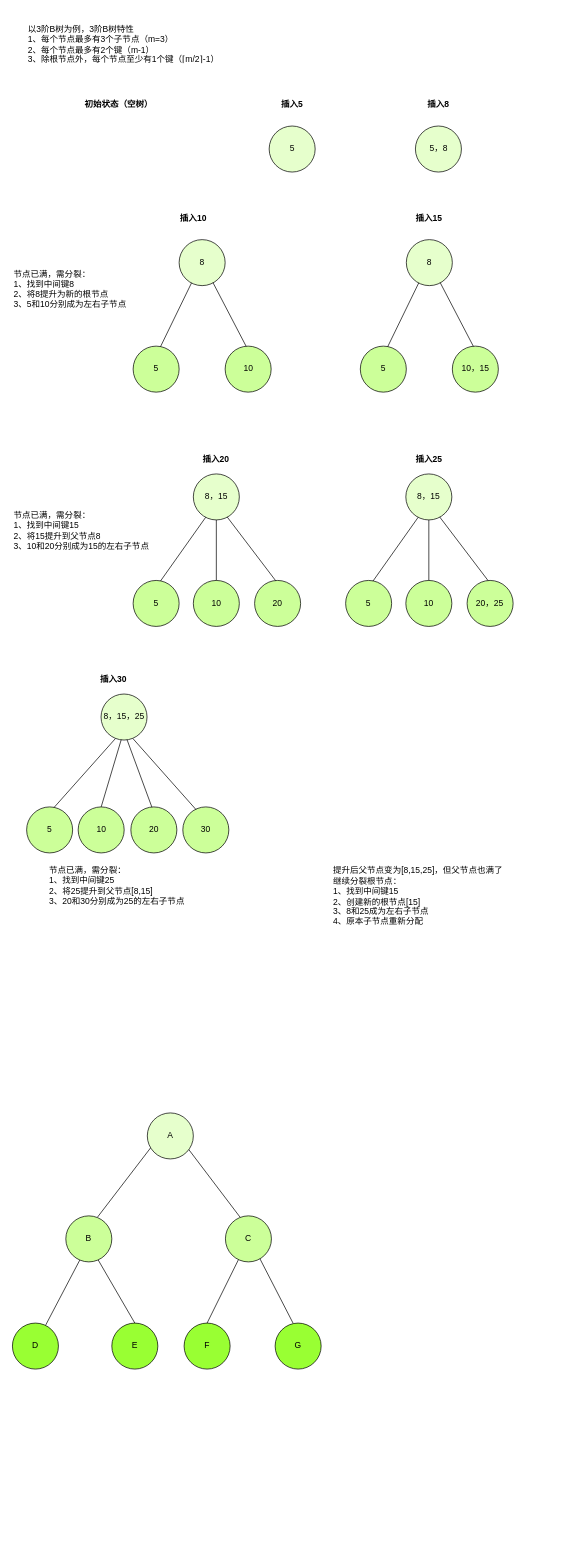
abigalexy/online_drawing keeps this draw.io diagram as algorithm_diagram/B树插入.drawio. Above is the earlier version. Source tidied: cells renumbered, new cells numbered last; positions are measured from the earlier drawing's top-left corner, leaving out a move shared by most shapes. Both pictures are drawn from the tidied source at 71%, with x=0, y=0 at pixel (12, 19).
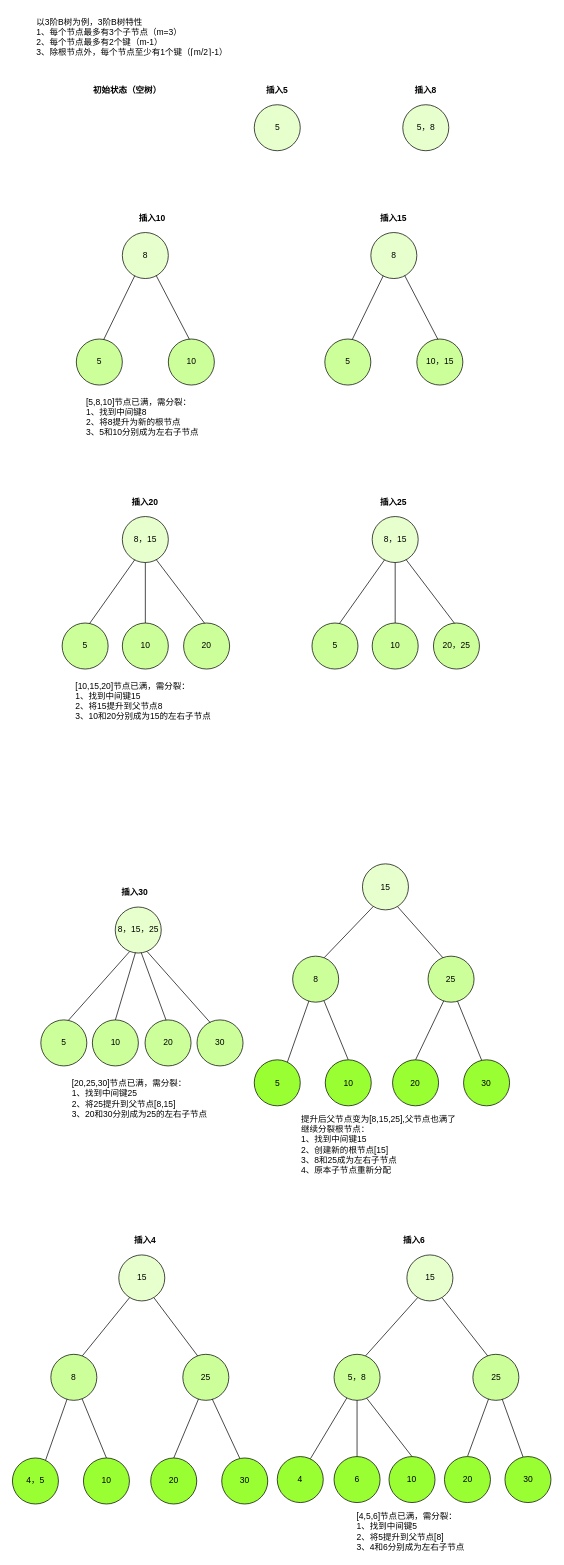
The same diagram, later.

Commit message:
更新B树插入.drawio

The edit, as a diff of the source:
```diff
@@
     <mxCell id="2" value="&lt;div&gt;以3阶B树为例，3阶B树特性&lt;/div&gt;&lt;div&gt;1、每个节点最多有3个子节点（m=3）&lt;/div&gt;&lt;div&gt;2、每个节点最多有2个键（m-1）&lt;/div&gt;&lt;div&gt;3、除根节点外，每个节点至少有1个键（⌈m/2⌉-1）&lt;/div&gt;" style="text;strokeColor=none;align=left;fillColor=none;html=1;verticalAlign=middle;whiteSpace=wrap;rounded=0;" parent="1" vertex="1">
-      <mxGeometry x="20" width="280" height="70" as="geometry" />
+      <mxGeometry x="32.2" y="-10" width="280" height="70" as="geometry" />
     </mxCell>
-    <mxCell id="3" style="group;" parent="1" vertex="1">
-      <mxGeometry y="1540" width="434.8" height="360.8" as="geometry" />
-    </mxCell>
-    <mxCell id="4" style="endArrow=none;html=1;rounded=0;entryX=0.075;entryY=0.755;entryDx=0;entryDy=0;entryPerimeter=0;exitX=0.684;exitY=0.034;exitDx=0;exitDy=0;exitPerimeter=0;" parent="3" edge="1" source="11" target="10">
-      <mxGeometry relative="1" as="geometry" />
-    </mxCell>
-    <mxCell id="5" style="endArrow=none;html=1;rounded=0;entryX=0.891;entryY=0.783;entryDx=0;entryDy=0;entryPerimeter=0;exitX=0.324;exitY=0.036;exitDx=0;exitDy=0;exitPerimeter=0;" parent="3" edge="1" source="12" target="10">
-      <mxGeometry relative="1" as="geometry" />
-    </mxCell>
-    <mxCell id="6" style="endArrow=none;html=1;rounded=0;entryX=0.304;entryY=0.96;entryDx=0;entryDy=0;entryPerimeter=0;exitX=0.721;exitY=0.047;exitDx=0;exitDy=0;exitPerimeter=0;" parent="3" edge="1" source="13" target="11">
-      <mxGeometry relative="1" as="geometry" />
-    </mxCell>
-    <mxCell id="7" style="endArrow=none;html=1;rounded=0;entryX=0.286;entryY=0.946;entryDx=0;entryDy=0;entryPerimeter=0;exitX=0.5;exitY=0;exitDx=0;exitDy=0;" parent="3" edge="1" source="15" target="12">
-      <mxGeometry relative="1" as="geometry" />
-    </mxCell>
-    <mxCell id="8" style="endArrow=none;html=1;rounded=0;entryX=0.743;entryY=0.918;entryDx=0;entryDy=0;entryPerimeter=0;exitX=0.394;exitY=0.01;exitDx=0;exitDy=0;exitPerimeter=0;" parent="3" edge="1" source="16" target="12">
-      <mxGeometry relative="1" as="geometry" />
-    </mxCell>
-    <mxCell id="9" style="endArrow=none;html=1;rounded=0;entryX=0.7;entryY=0.952;entryDx=0;entryDy=0;entryPerimeter=0;exitX=0.5;exitY=0;exitDx=0;exitDy=0;" parent="3" edge="1" source="14" target="11">
-      <mxGeometry relative="1" as="geometry" />
-    </mxCell>
-    <mxCell id="10" value="A" style="ellipse;whiteSpace=wrap;html=1;fillColor=#E6FFCC;" parent="3" vertex="1">
-      <mxGeometry x="190" width="64.8" height="64.8" as="geometry" />
-    </mxCell>
-    <mxCell id="11" value="B" style="ellipse;whiteSpace=wrap;html=1;fillColor=#CCFF99;" parent="3" vertex="1">
-      <mxGeometry x="75.2" y="145" width="64.8" height="64.8" as="geometry" />
-    </mxCell>
-    <mxCell id="12" value="C" style="ellipse;whiteSpace=wrap;html=1;fillColor=#CCFF99;" parent="3" vertex="1">
-      <mxGeometry x="300" y="145" width="64.8" height="64.8" as="geometry" />
-    </mxCell>
-    <mxCell id="13" value="D" style="ellipse;whiteSpace=wrap;html=1;fillColor=#99FF33;" parent="3" vertex="1">
-      <mxGeometry y="296" width="64.8" height="64.8" as="geometry" />
-    </mxCell>
-    <mxCell id="14" value="E" style="ellipse;whiteSpace=wrap;html=1;fillColor=#99FF33;" parent="3" vertex="1">
-      <mxGeometry x="140" y="296" width="64.8" height="64.8" as="geometry" />
-    </mxCell>
-    <mxCell id="15" value="F" style="ellipse;whiteSpace=wrap;html=1;fillColor=#99FF33;" parent="3" vertex="1">
-      <mxGeometry x="241.8" y="296" width="64.8" height="64.8" as="geometry" />
-    </mxCell>
-    <mxCell id="16" value="G" style="ellipse;whiteSpace=wrap;html=1;fillColor=#99FF33;" parent="3" vertex="1">
-      <mxGeometry x="370" y="296" width="64.8" height="64.8" as="geometry" />
-    </mxCell>
     <mxCell id="17" value="5" style="ellipse;whiteSpace=wrap;html=1;fillColor=#E6FFCC;" parent="1" vertex="1">
-      <mxGeometry x="361.6" y="150" width="64.8" height="64.8" as="geometry" />
+      <mxGeometry x="340.6" y="120" width="64.8" height="64.8" as="geometry" />
     </mxCell>
     <mxCell id="18" value="&lt;b&gt;初始状态（空树）&lt;/b&gt;" style="text;strokeColor=none;align=center;fillColor=none;html=1;verticalAlign=middle;whiteSpace=wrap;rounded=0;" parent="1" vertex="1">
-      <mxGeometry x="100" y="110" width="100" height="20" as="geometry" />
+      <mxGeometry x="112.4" y="90" width="100" height="20" as="geometry" />
     </mxCell>
     <mxCell id="19" value="&lt;b&gt;插入5&lt;/b&gt;" style="text;strokeColor=none;align=center;fillColor=none;html=1;verticalAlign=middle;whiteSpace=wrap;rounded=0;" parent="1" vertex="1">
-      <mxGeometry x="374" y="110" width="40" height="20" as="geometry" />
+      <mxGeometry x="353" y="90" width="40" height="20" as="geometry" />
     </mxCell>
     <mxCell id="20" value="&lt;b&gt;插入8&lt;/b&gt;" style="text;strokeColor=none;align=center;fillColor=none;html=1;verticalAlign=middle;whiteSpace=wrap;rounded=0;" parent="1" vertex="1">
-      <mxGeometry x="580" y="110" width="40" height="20" as="geometry" />
+      <mxGeometry x="562.2" y="90" width="40" height="20" as="geometry" />
     </mxCell>
     <mxCell id="21" value="5，8" style="ellipse;whiteSpace=wrap;html=1;fillColor=#E6FFCC;" parent="1" vertex="1">
-      <mxGeometry x="567.6" y="150" width="64.8" height="64.8" as="geometry" />
+      <mxGeometry x="549.8" y="120" width="64.8" height="64.8" as="geometry" />
     </mxCell>
     <mxCell id="22" value="&lt;b&gt;插入10&lt;/b&gt;" style="text;strokeColor=none;align=center;fillColor=none;html=1;verticalAlign=middle;whiteSpace=wrap;rounded=0;" parent="1" vertex="1">
-      <mxGeometry x="230" y="270" width="50" height="20" as="geometry" />
+      <mxGeometry x="172.2" y="270" width="50" height="20" as="geometry" />
     </mxCell>
     <mxCell id="23" style="group;" parent="1" vertex="1">
-      <mxGeometry x="170" y="310" width="194.5" height="214.8" as="geometry" />
+      <mxGeometry x="90" y="300" width="194.5" height="214.8" as="geometry" />
     </mxCell>
@@
-    <mxCell id="29" value="&lt;div&gt;节点已满，需分裂&lt;span style=&quot;background-color: transparent;&quot;&gt;：&lt;/span&gt;&lt;/div&gt;&lt;div&gt;1、找到中间键8&lt;/div&gt;&lt;div&gt;2、将8提升为新的根节点&lt;/div&gt;&lt;div&gt;3、5和10分别成为左右子节点&lt;/div&gt;" style="text;strokeColor=none;align=left;fillColor=none;html=1;verticalAlign=middle;whiteSpace=wrap;rounded=0;" parent="1" vertex="1">
-      <mxGeometry y="350" width="170" height="60" as="geometry" />
+    <mxCell id="29" value="&lt;div&gt;[5,8,10]节点已满，需分裂&lt;span style=&quot;background-color: transparent;&quot;&gt;：&lt;/span&gt;&lt;/div&gt;&lt;div&gt;1、找到中间键8&lt;/div&gt;&lt;div&gt;2、将8提升为新的根节点&lt;/div&gt;&lt;div&gt;3、5和10分别成为左右子节点&lt;/div&gt;" style="text;strokeColor=none;align=left;fillColor=none;html=1;verticalAlign=middle;whiteSpace=wrap;rounded=0;" parent="1" vertex="1">
+      <mxGeometry x="102.2" y="530" width="170" height="60" as="geometry" />
     </mxCell>
     <mxCell id="30" value="&lt;b&gt;插入15&lt;/b&gt;" style="text;strokeColor=none;align=center;fillColor=none;html=1;verticalAlign=middle;whiteSpace=wrap;rounded=0;" parent="1" vertex="1">
-      <mxGeometry x="562.2" y="270" width="50" height="20" as="geometry" />
+      <mxGeometry x="512.2" y="270" width="50" height="20" as="geometry" />
     </mxCell>
     <mxCell id="31" style="group;" parent="1" vertex="1">
-      <mxGeometry x="490" y="310" width="194.5" height="214.8" as="geometry" />
+      <mxGeometry x="440" y="300" width="194.5" height="214.8" as="geometry" />
     </mxCell>
@@
     <mxCell id="37" value="&lt;b&gt;插入20&lt;/b&gt;" style="text;strokeColor=none;align=center;fillColor=none;html=1;verticalAlign=middle;whiteSpace=wrap;rounded=0;" parent="1" vertex="1">
-      <mxGeometry x="262.2" y="610" width="50" height="20" as="geometry" />
+      <mxGeometry x="162.2" y="670" width="50" height="20" as="geometry" />
     </mxCell>
-    <mxCell id="38" value="&lt;div&gt;节点已满，需分裂：&lt;/div&gt;&lt;div&gt;1、找到中间键15&lt;/div&gt;&lt;div&gt;2、将15提升到父节点8&lt;/div&gt;&lt;div&gt;3、10和20分别成为15的左右子节点&lt;/div&gt;" style="text;strokeColor=none;align=left;fillColor=none;html=1;verticalAlign=middle;whiteSpace=wrap;rounded=0;" parent="1" vertex="1">
-      <mxGeometry y="690" width="200" height="60" as="geometry" />
+    <mxCell id="38" value="&lt;div&gt;[10,15,20]节点已满，需分裂：&lt;/div&gt;&lt;div&gt;1、找到中间键15&lt;/div&gt;&lt;div&gt;2、将15提升到父节点8&lt;/div&gt;&lt;div&gt;3、10和20分别成为15的左右子节点&lt;/div&gt;" style="text;strokeColor=none;align=left;fillColor=none;html=1;verticalAlign=middle;whiteSpace=wrap;rounded=0;" parent="1" vertex="1">
+      <mxGeometry x="87.2" y="930" width="200" height="60" as="geometry" />
     </mxCell>
     <mxCell id="39" style="group;" parent="1" vertex="1">
-      <mxGeometry x="170" y="640" width="235.9" height="214.8" as="geometry" />
+      <mxGeometry x="70" y="700" width="235.9" height="214.8" as="geometry" />
     </mxCell>
@@
     <mxCell id="47" value="&lt;b&gt;插入25&lt;/b&gt;" style="text;strokeColor=none;align=center;fillColor=none;html=1;verticalAlign=middle;whiteSpace=wrap;rounded=0;" parent="1" vertex="1">
-      <mxGeometry x="562.2" y="610" width="50" height="20" as="geometry" />
+      <mxGeometry x="512.2" y="670" width="50" height="20" as="geometry" />
     </mxCell>
     <mxCell id="48" style="group;" parent="1" vertex="1">
-      <mxGeometry x="469.3" y="640" width="235.9" height="214.8" as="geometry" />
+      <mxGeometry x="421.9" y="700" width="235.9" height="214.8" as="geometry" />
     </mxCell>
@@
     <mxCell id="56" value="&lt;b&gt;插入30&lt;/b&gt;" style="text;strokeColor=none;align=center;fillColor=none;html=1;verticalAlign=middle;whiteSpace=wrap;rounded=0;" parent="1" vertex="1">
-      <mxGeometry x="120" y="920" width="45.2" height="20" as="geometry" />
+      <mxGeometry x="149.6" y="1220" width="45.2" height="20" as="geometry" />
     </mxCell>
-    <mxCell id="57" value="&lt;div&gt;节点已满，需分裂：&lt;/div&gt;&lt;div&gt;1、找到中间键25&lt;/div&gt;&lt;div&gt;2、将25提升到父节点[8,15]&lt;/div&gt;&lt;div&gt;3、20和30分别成为25的左右子节点&lt;/div&gt;" style="text;strokeColor=none;align=left;fillColor=none;html=1;verticalAlign=middle;whiteSpace=wrap;rounded=0;" parent="1" vertex="1">
-      <mxGeometry x="50" y="1190" width="200" height="60" as="geometry" />
+    <mxCell id="57" value="&lt;div&gt;[20,25,30]节点已满，需分裂：&lt;/div&gt;&lt;div&gt;1、找到中间键25&lt;/div&gt;&lt;div&gt;2、将25提升到父节点[8,15]&lt;/div&gt;&lt;div&gt;3、20和30分别成为25的左右子节点&lt;/div&gt;" style="text;strokeColor=none;align=left;fillColor=none;html=1;verticalAlign=middle;whiteSpace=wrap;rounded=0;" parent="1" vertex="1">
+      <mxGeometry x="82.4" y="1490" width="200" height="60" as="geometry" />
     </mxCell>
     <mxCell id="58" style="group;" parent="1" vertex="1">
-      <mxGeometry x="20" y="950" width="284.8" height="223.8" as="geometry" />
+      <mxGeometry x="40" y="1250" width="284.8" height="223.8" as="geometry" />
     </mxCell>
@@
-    <mxCell id="68" value="&lt;div&gt;提升后父节点变为[8,15,25]，但父节点也满了&lt;/div&gt;&lt;div&gt;继续分裂根节点：&lt;/div&gt;&lt;div&gt;1、找到中间键15&lt;/div&gt;&lt;div&gt;2、创建新的根节点[15]&lt;/div&gt;&lt;div&gt;3、8和25成为左右子节点&lt;/div&gt;&lt;div&gt;4、原本子节点重新分配&lt;/div&gt;" style="text;strokeColor=none;align=left;fillColor=none;html=1;verticalAlign=middle;whiteSpace=wrap;rounded=0;" parent="1" vertex="1">
-      <mxGeometry x="450" y="1190" width="247.8" height="90" as="geometry" />
+    <mxCell id="68" value="&lt;div&gt;提升后父节点变为[8,15,25],父节点也满了&lt;/div&gt;&lt;div&gt;继续分裂根节点：&lt;/div&gt;&lt;div&gt;1、找到中间键15&lt;/div&gt;&lt;div&gt;2、创建新的根节点[15]&lt;/div&gt;&lt;div&gt;3、8和25成为左右子节点&lt;/div&gt;&lt;div&gt;4、原本子节点重新分配&lt;/div&gt;" style="text;strokeColor=none;align=left;fillColor=none;html=1;verticalAlign=middle;whiteSpace=wrap;rounded=0;" parent="1" vertex="1">
+      <mxGeometry x="405.4" y="1540" width="238.5" height="90" as="geometry" />
     </mxCell>
+    <mxCell id="69" style="group;" parent="1" vertex="1">
+      <mxGeometry x="340.6" y="1189.2" width="359.6" height="340.8" as="geometry" />
+    </mxCell>
+    <mxCell id="70" style="endArrow=none;html=1;rounded=0;entryX=0.239;entryY=0.923;entryDx=0;entryDy=0;entryPerimeter=0;exitX=0.684;exitY=0.034;exitDx=0;exitDy=0;exitPerimeter=0;" parent="69" edge="1" source="77" target="76">
+      <mxGeometry relative="1" as="geometry" />
+    </mxCell>
+    <mxCell id="71" style="endArrow=none;html=1;rounded=0;entryX=0.763;entryY=0.93;entryDx=0;entryDy=0;entryPerimeter=0;exitX=0.324;exitY=0.036;exitDx=0;exitDy=0;exitPerimeter=0;" parent="69" edge="1" source="78" target="76">
+      <mxGeometry relative="1" as="geometry" />
+    </mxCell>
+    <mxCell id="72" style="endArrow=none;html=1;rounded=0;entryX=0.354;entryY=0.972;entryDx=0;entryDy=0;entryPerimeter=0;exitX=0.721;exitY=0.047;exitDx=0;exitDy=0;exitPerimeter=0;" parent="69" edge="1" source="79" target="77">
+      <mxGeometry relative="1" as="geometry" />
+    </mxCell>
+    <mxCell id="73" style="endArrow=none;html=1;rounded=0;entryX=0.342;entryY=0.969;entryDx=0;entryDy=0;entryPerimeter=0;exitX=0.5;exitY=0;exitDx=0;exitDy=0;" parent="69" edge="1" source="81" target="78">
+      <mxGeometry relative="1" as="geometry" />
+    </mxCell>
+    <mxCell id="74" style="endArrow=none;html=1;rounded=0;entryX=0.628;entryY=0.948;entryDx=0;entryDy=0;entryPerimeter=0;exitX=0.394;exitY=0.01;exitDx=0;exitDy=0;exitPerimeter=0;" parent="69" edge="1" source="82" target="78">
+      <mxGeometry relative="1" as="geometry" />
+    </mxCell>
+    <mxCell id="75" style="endArrow=none;html=1;rounded=0;entryX=0.672;entryY=0.95;entryDx=0;entryDy=0;entryPerimeter=0;exitX=0.5;exitY=0;exitDx=0;exitDy=0;" parent="69" edge="1" source="80" target="77">
+      <mxGeometry relative="1" as="geometry" />
+    </mxCell>
+    <mxCell id="76" value="15" style="ellipse;whiteSpace=wrap;html=1;fillColor=#E6FFCC;" parent="69" vertex="1">
+      <mxGeometry x="152.4" width="64.8" height="64.8" as="geometry" />
+    </mxCell>
+    <mxCell id="77" value="8" style="ellipse;whiteSpace=wrap;html=1;fillColor=#CCFF99;" parent="69" vertex="1">
+      <mxGeometry x="54.1" y="130" width="64.8" height="64.8" as="geometry" />
+    </mxCell>
+    <mxCell id="78" value="25" style="ellipse;whiteSpace=wrap;html=1;fillColor=#CCFF99;" parent="69" vertex="1">
+      <mxGeometry x="244.8" y="130" width="64.8" height="64.8" as="geometry" />
+    </mxCell>
+    <mxCell id="79" value="5" style="ellipse;whiteSpace=wrap;html=1;fillColor=#99FF33;" parent="69" vertex="1">
+      <mxGeometry y="276" width="64.8" height="64.8" as="geometry" />
+    </mxCell>
+    <mxCell id="80" value="10" style="ellipse;whiteSpace=wrap;html=1;fillColor=#99FF33;" parent="69" vertex="1">
+      <mxGeometry x="100" y="276" width="64.8" height="64.8" as="geometry" />
+    </mxCell>
+    <mxCell id="81" value="20" style="ellipse;whiteSpace=wrap;html=1;fillColor=#99FF33;" parent="69" vertex="1">
+      <mxGeometry x="194.8" y="276" width="64.8" height="64.8" as="geometry" />
+    </mxCell>
+    <mxCell id="82" value="30" style="ellipse;whiteSpace=wrap;html=1;fillColor=#99FF33;" parent="69" vertex="1">
+      <mxGeometry x="294.8" y="276" width="64.8" height="64.8" as="geometry" />
+    </mxCell>
+    <mxCell id="83" value="&lt;b&gt;插入4&lt;/b&gt;" style="text;strokeColor=none;align=center;fillColor=none;html=1;verticalAlign=middle;whiteSpace=wrap;rounded=0;" parent="1" vertex="1">
+      <mxGeometry x="168.3" y="1710" width="37.8" height="20" as="geometry" />
+    </mxCell>
+    <mxCell id="84" value="&lt;b&gt;插入6&lt;/b&gt;" style="text;strokeColor=none;align=center;fillColor=none;html=1;verticalAlign=middle;whiteSpace=wrap;rounded=0;" parent="1" vertex="1">
+      <mxGeometry x="545.8" y="1710" width="40" height="20" as="geometry" />
+    </mxCell>
+    <mxCell id="85" value="&lt;div&gt;[4,5,6]节点已满，需分裂：&lt;/div&gt;&lt;div&gt;1、找到中间键5&lt;/div&gt;&lt;div&gt;2、将5提升到父节点[8]&lt;/div&gt;&lt;div&gt;3、4和6分别成为左右子节点&lt;/div&gt;" style="text;strokeColor=none;align=left;fillColor=none;html=1;verticalAlign=middle;whiteSpace=wrap;rounded=0;" parent="1" vertex="1">
+      <mxGeometry x="483" y="2100" width="165.5" height="60" as="geometry" />
+    </mxCell>
+    <mxCell id="86" style="group;" parent="1" vertex="1">
+      <mxGeometry x="373" y="1740" width="385.5" height="348.8" as="geometry" />
+    </mxCell>
+    <mxCell id="87" style="endArrow=none;html=1;rounded=0;entryX=0.239;entryY=0.923;entryDx=0;entryDy=0;entryPerimeter=0;exitX=0.684;exitY=0.034;exitDx=0;exitDy=0;exitPerimeter=0;" parent="86" edge="1" source="94" target="93">
+      <mxGeometry relative="1" as="geometry" />
+    </mxCell>
+    <mxCell id="88" style="endArrow=none;html=1;rounded=0;entryX=0.763;entryY=0.93;entryDx=0;entryDy=0;entryPerimeter=0;exitX=0.324;exitY=0.036;exitDx=0;exitDy=0;exitPerimeter=0;" parent="86" edge="1" source="95" target="93">
+      <mxGeometry relative="1" as="geometry" />
+    </mxCell>
+    <mxCell id="89" style="endArrow=none;html=1;rounded=0;entryX=0.278;entryY=0.949;entryDx=0;entryDy=0;entryPerimeter=0;exitX=0.721;exitY=0.047;exitDx=0;exitDy=0;exitPerimeter=0;" parent="86" edge="1" source="96" target="94">
+      <mxGeometry relative="1" as="geometry" />
+    </mxCell>
+    <mxCell id="90" style="endArrow=none;html=1;rounded=0;entryX=0.342;entryY=0.969;entryDx=0;entryDy=0;entryPerimeter=0;exitX=0.5;exitY=0;exitDx=0;exitDy=0;" parent="86" edge="1" source="98" target="95">
+      <mxGeometry relative="1" as="geometry" />
+    </mxCell>
+    <mxCell id="91" style="endArrow=none;html=1;rounded=0;entryX=0.628;entryY=0.948;entryDx=0;entryDy=0;entryPerimeter=0;exitX=0.394;exitY=0.01;exitDx=0;exitDy=0;exitPerimeter=0;" parent="86" edge="1" source="99" target="95">
+      <mxGeometry relative="1" as="geometry" />
+    </mxCell>
+    <mxCell id="92" style="endArrow=none;html=1;rounded=0;entryX=0.708;entryY=0.953;entryDx=0;entryDy=0;entryPerimeter=0;exitX=0.5;exitY=0;exitDx=0;exitDy=0;" parent="86" edge="1" source="97" target="94">
+      <mxGeometry relative="1" as="geometry" />
+    </mxCell>
+    <mxCell id="93" value="15" style="ellipse;whiteSpace=wrap;html=1;fillColor=#E6FFCC;" parent="86" vertex="1">
+      <mxGeometry x="182.6" width="64.8" height="64.8" as="geometry" />
+    </mxCell>
+    <mxCell id="94" value="5，8" style="ellipse;whiteSpace=wrap;html=1;fillColor=#CCFF99;" parent="86" vertex="1">
+      <mxGeometry x="80" y="140" width="64.8" height="64.8" as="geometry" />
+    </mxCell>
+    <mxCell id="95" value="25" style="ellipse;whiteSpace=wrap;html=1;fillColor=#CCFF99;" parent="86" vertex="1">
+      <mxGeometry x="275.5" y="140" width="64.8" height="64.8" as="geometry" />
+    </mxCell>
+    <mxCell id="96" value="4" style="ellipse;whiteSpace=wrap;html=1;fillColor=#99FF33;" parent="86" vertex="1">
+      <mxGeometry y="284" width="64.8" height="64.8" as="geometry" />
+    </mxCell>
+    <mxCell id="97" value="10" style="ellipse;whiteSpace=wrap;html=1;fillColor=#99FF33;" parent="86" vertex="1">
+      <mxGeometry x="157.4" y="284" width="64.8" height="64.8" as="geometry" />
+    </mxCell>
+    <mxCell id="98" value="20" style="ellipse;whiteSpace=wrap;html=1;fillColor=#99FF33;" parent="86" vertex="1">
+      <mxGeometry x="235.5" y="284" width="64.8" height="64.8" as="geometry" />
+    </mxCell>
+    <mxCell id="99" value="30" style="ellipse;whiteSpace=wrap;html=1;fillColor=#99FF33;" parent="86" vertex="1">
+      <mxGeometry x="320.7" y="284" width="64.8" height="64.8" as="geometry" />
+    </mxCell>
+    <mxCell id="100" value="6" style="ellipse;whiteSpace=wrap;html=1;fillColor=#99FF33;" parent="86" vertex="1">
+      <mxGeometry x="80" y="284" width="64.8" height="64.8" as="geometry" />
+    </mxCell>
+    <mxCell id="101" style="endArrow=none;html=1;rounded=0;entryX=0.5;entryY=1;entryDx=0;entryDy=0;exitX=0.5;exitY=0;exitDx=0;exitDy=0;" parent="86" edge="1" source="100" target="94">
+      <mxGeometry relative="1" as="geometry" />
+    </mxCell>
+    <mxCell id="102" style="group;" parent="1" vertex="1">
+      <mxGeometry y="1740" width="359.6" height="350.8" as="geometry" />
+    </mxCell>
+    <mxCell id="103" style="endArrow=none;html=1;rounded=0;entryX=0.239;entryY=0.923;entryDx=0;entryDy=0;entryPerimeter=0;exitX=0.684;exitY=0.034;exitDx=0;exitDy=0;exitPerimeter=0;" parent="102" edge="1" source="110" target="109">
+      <mxGeometry relative="1" as="geometry" />
+    </mxCell>
+    <mxCell id="104" style="endArrow=none;html=1;rounded=0;entryX=0.763;entryY=0.93;entryDx=0;entryDy=0;entryPerimeter=0;exitX=0.324;exitY=0.036;exitDx=0;exitDy=0;exitPerimeter=0;" parent="102" edge="1" source="111" target="109">
+      <mxGeometry relative="1" as="geometry" />
+    </mxCell>
+    <mxCell id="105" style="endArrow=none;html=1;rounded=0;entryX=0.354;entryY=0.972;entryDx=0;entryDy=0;entryPerimeter=0;exitX=0.721;exitY=0.047;exitDx=0;exitDy=0;exitPerimeter=0;" parent="102" edge="1" source="112" target="110">
+      <mxGeometry relative="1" as="geometry" />
+    </mxCell>
+    <mxCell id="106" style="endArrow=none;html=1;rounded=0;entryX=0.342;entryY=0.969;entryDx=0;entryDy=0;entryPerimeter=0;exitX=0.5;exitY=0;exitDx=0;exitDy=0;" parent="102" edge="1" source="114" target="111">
+      <mxGeometry relative="1" as="geometry" />
+    </mxCell>
+    <mxCell id="107" style="endArrow=none;html=1;rounded=0;entryX=0.628;entryY=0.948;entryDx=0;entryDy=0;entryPerimeter=0;exitX=0.394;exitY=0.01;exitDx=0;exitDy=0;exitPerimeter=0;" parent="102" edge="1" source="115" target="111">
+      <mxGeometry relative="1" as="geometry" />
+    </mxCell>
+    <mxCell id="108" style="endArrow=none;html=1;rounded=0;entryX=0.672;entryY=0.95;entryDx=0;entryDy=0;entryPerimeter=0;exitX=0.5;exitY=0;exitDx=0;exitDy=0;" parent="102" edge="1" source="113" target="110">
+      <mxGeometry relative="1" as="geometry" />
+    </mxCell>
+    <mxCell id="109" value="15" style="ellipse;whiteSpace=wrap;html=1;fillColor=#E6FFCC;" parent="102" vertex="1">
+      <mxGeometry x="149.8" width="64.8" height="64.8" as="geometry" />
+    </mxCell>
+    <mxCell id="110" value="8" style="ellipse;whiteSpace=wrap;html=1;fillColor=#CCFF99;" parent="102" vertex="1">
+      <mxGeometry x="54.1" y="140" width="64.8" height="64.8" as="geometry" />
+    </mxCell>
+    <mxCell id="111" value="25" style="ellipse;whiteSpace=wrap;html=1;fillColor=#CCFF99;" parent="102" vertex="1">
+      <mxGeometry x="240" y="140" width="64.8" height="64.8" as="geometry" />
+    </mxCell>
+    <mxCell id="112" value="4，5" style="ellipse;whiteSpace=wrap;html=1;fillColor=#99FF33;" parent="102" vertex="1">
+      <mxGeometry y="286" width="64.8" height="64.8" as="geometry" />
+    </mxCell>
+    <mxCell id="113" value="10" style="ellipse;whiteSpace=wrap;html=1;fillColor=#99FF33;" parent="102" vertex="1">
+      <mxGeometry x="100" y="286" width="64.8" height="64.8" as="geometry" />
+    </mxCell>
+    <mxCell id="114" value="20" style="ellipse;whiteSpace=wrap;html=1;fillColor=#99FF33;" parent="102" vertex="1">
+      <mxGeometry x="194.8" y="286" width="64.8" height="64.8" as="geometry" />
+    </mxCell>
+    <mxCell id="115" value="30" style="ellipse;whiteSpace=wrap;html=1;fillColor=#99FF33;" parent="102" vertex="1">
+      <mxGeometry x="294.8" y="286" width="64.8" height="64.8" as="geometry" />
+    </mxCell>
```
